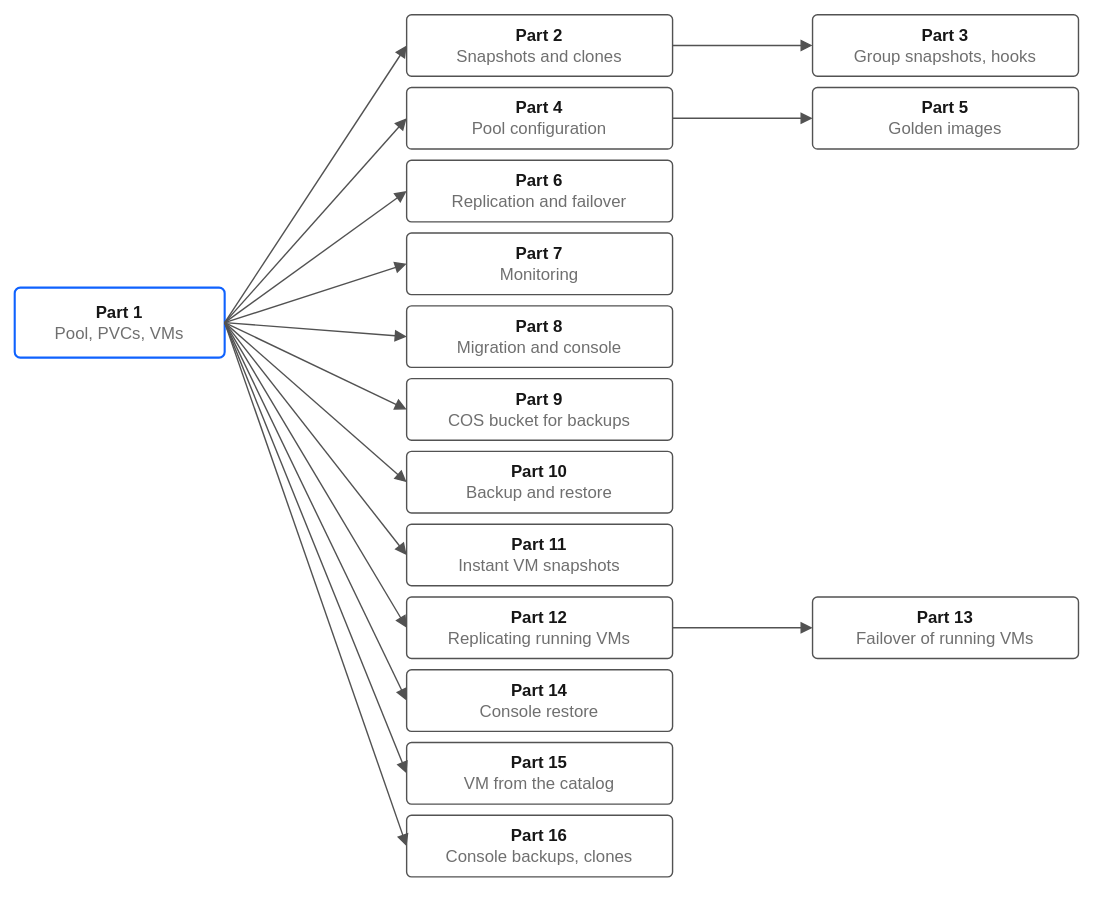
The draw.io diagram docs/images/tutorial-reading-order.drawio.svg in neil1taylor/ibm-vpc-file-pool-csi, before a commit. Source tidied: cells renumbered, new cells last; positions are measured from the earlier drawing's top-left corner, leaving out a move shared by most shapes.
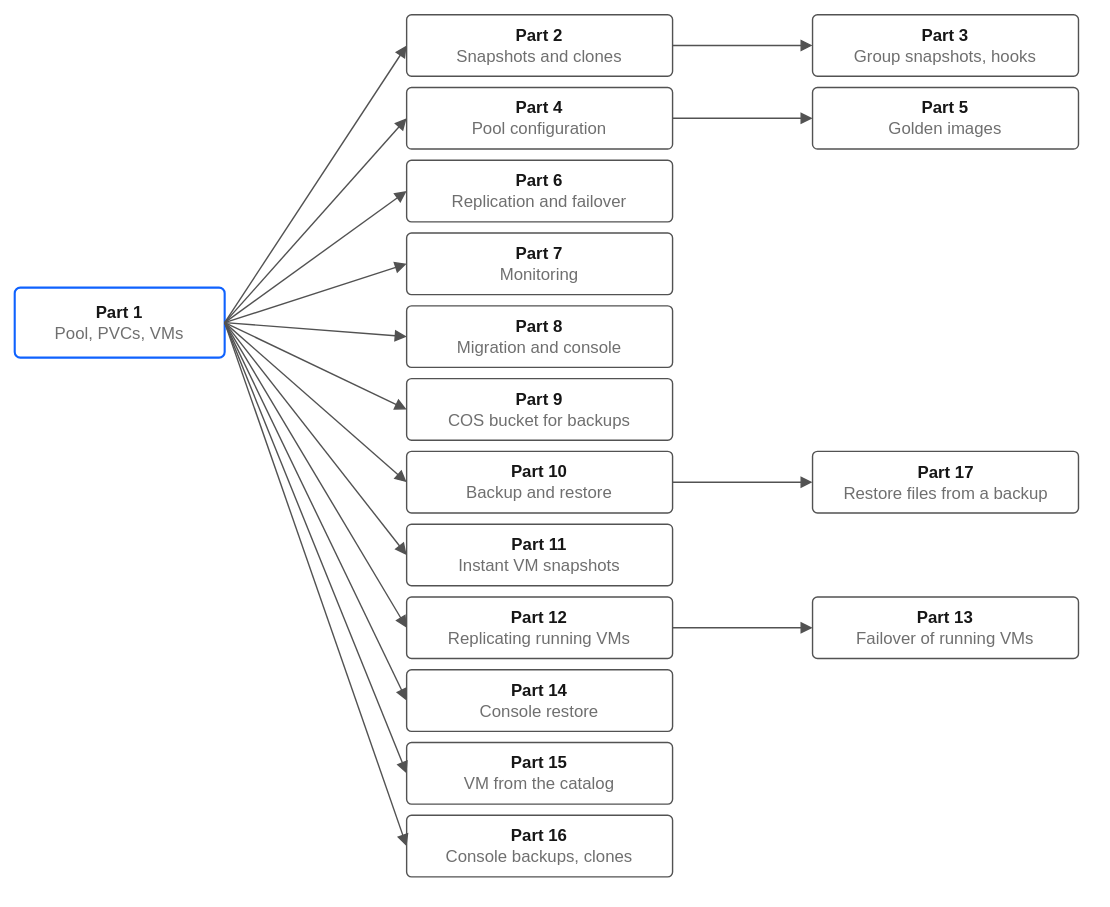
After the change.

Commit message:
Add Part 17 to the tutorial reading-order diagram (#390)

Diff of the diagram source:
```diff
@@ -95,5 +95,11 @@
     <mxCell id="32" style="endArrow=block;endFill=1;html=1;strokeColor=#525252;fontFamily=Helvetica;fontSize=11;fontColor=#525252;labelBackgroundColor=#ffffff;" parent="1" edge="1" source="19" target="31">
       <mxGeometry relative="1" as="geometry" />
     </mxCell>
+    <mxCell id="33" value="&lt;b&gt;Part 17&lt;/b&gt;&lt;br&gt;&lt;font color=&quot;#6f6f6f&quot;&gt;Restore files from a backup&lt;/font&gt;" style="rounded=1;arcSize=8;whiteSpace=wrap;html=1;fillColor=#ffffff;strokeColor=#525252;fontFamily=Helvetica;fontSize=12;fontColor=#161616;" parent="1" vertex="1">
+      <mxGeometry x="570" y="312" width="190" height="44" as="geometry" />
+    </mxCell>
+    <mxCell id="34" style="endArrow=block;endFill=1;html=1;strokeColor=#525252;fontFamily=Helvetica;fontSize=11;fontColor=#525252;labelBackgroundColor=#ffffff;" parent="1" edge="1" source="15" target="33">
+      <mxGeometry relative="1" as="geometry" />
+    </mxCell>
   </root>
 </mxGraphModel>
```
